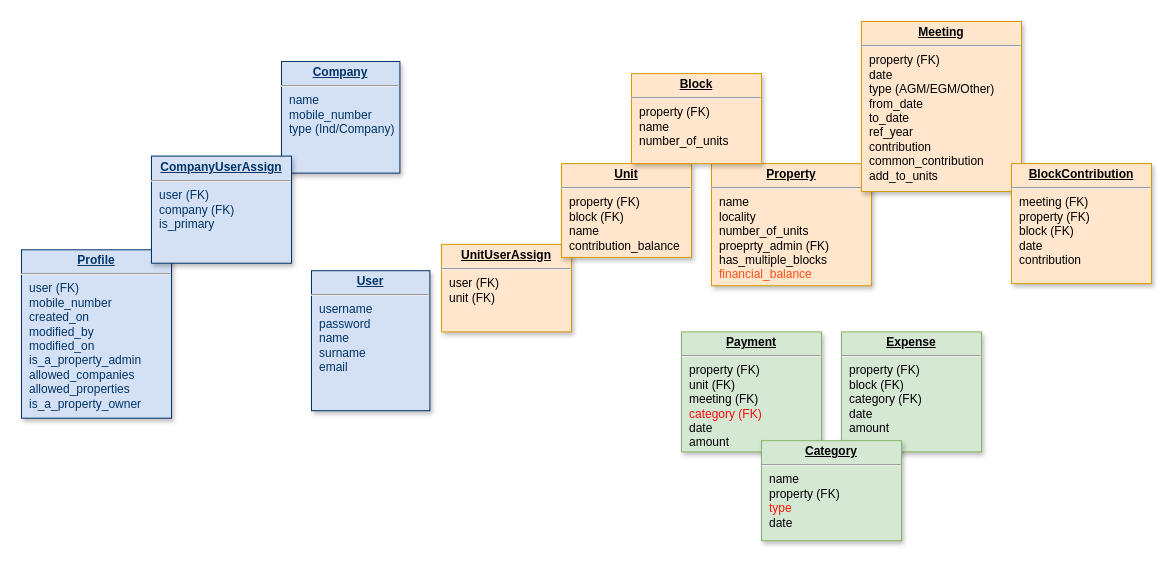
gilubilu/hello-world keeps this draw.io diagram as Untitled Diagram.drawio. Above is the earlier version. Source tidied: cells renumbered, new cells numbered last; positions are measured from the earlier drawing's top-left corner, leaving out a move shared by most shapes. Both pictures are drawn from the tidied source at 100%, with x=0, y=0 at pixel (21, 21).
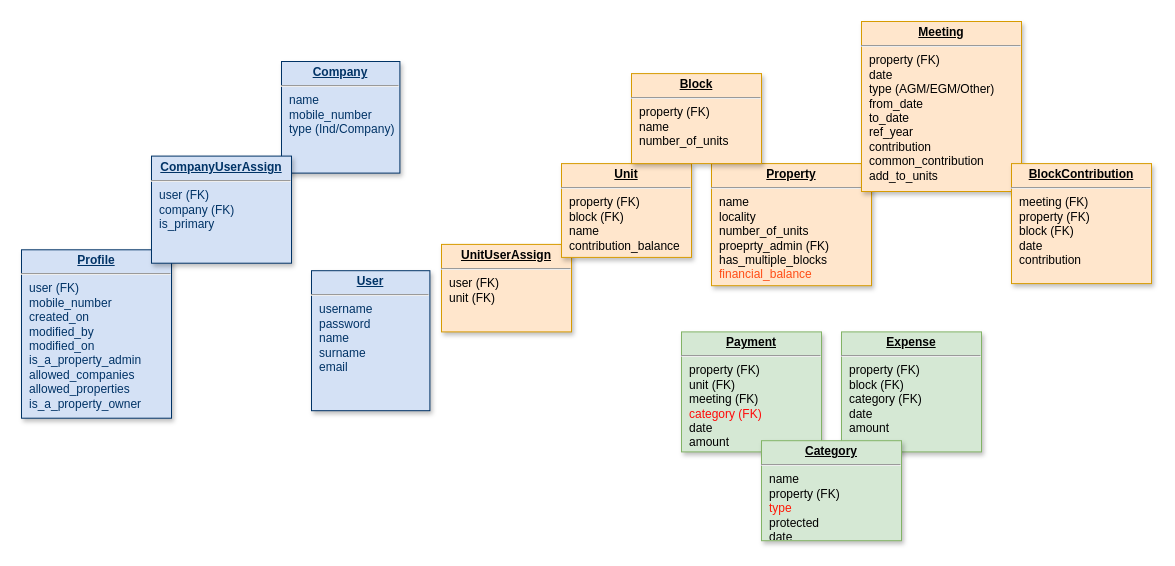
Above is the later version.

The edit, as a diff of the source:
```diff
@@
 <mxGraphModel background="#ffffff">
   <root>
     <mxCell id="0" />
     <mxCell id="1" parent="0" />
     <mxCell id="2" value="&lt;p style=&quot;margin: 0px ; margin-top: 4px ; text-align: center ; text-decoration: underline&quot;&gt;&lt;b&gt;UnitUserAssign&lt;/b&gt;&lt;/p&gt;&lt;hr&gt;&lt;p style=&quot;margin: 0px ; margin-left: 8px&quot;&gt;user (FK)&lt;/p&gt;&lt;p style=&quot;margin: 0px ; margin-left: 8px&quot;&gt;unit (FK)&lt;/p&gt;" style="verticalAlign=top;align=left;overflow=fill;fontSize=12;fontFamily=Helvetica;html=1;strokeColor=#d79b00;shadow=1;fillColor=#ffe6cc;" parent="1" vertex="1">
       <mxGeometry x="420" y="222.9" width="130" height="87.5" as="geometry" />
     </mxCell>
     <mxCell id="3" value="&lt;p style=&quot;margin: 0px ; margin-top: 4px ; text-align: center ; text-decoration: underline&quot;&gt;&lt;strong&gt;Unit&lt;/strong&gt;&lt;/p&gt;&lt;hr&gt;&lt;p style=&quot;margin: 0px ; margin-left: 8px&quot;&gt;property (FK)&lt;/p&gt;&lt;p style=&quot;margin: 0px ; margin-left: 8px&quot;&gt;block (FK)&lt;/p&gt;&lt;p style=&quot;margin: 0px ; margin-left: 8px&quot;&gt;name&lt;/p&gt;&lt;p style=&quot;margin: 0px ; margin-left: 8px&quot;&gt;&lt;span&gt;contribution_balance&lt;/span&gt;&lt;br&gt;&lt;/p&gt;&lt;p style=&quot;margin: 0px ; margin-left: 8px&quot;&gt;&lt;br&gt;&lt;/p&gt;" style="verticalAlign=top;align=left;overflow=fill;fontSize=12;fontFamily=Helvetica;html=1;strokeColor=#d79b00;shadow=1;fillColor=#ffe6cc;" parent="1" vertex="1">
       <mxGeometry x="540" y="142.1" width="130" height="93.8" as="geometry" />
     </mxCell>
     <mxCell id="4" value="&lt;p style=&quot;margin: 0px ; margin-top: 4px ; text-align: center ; text-decoration: underline&quot;&gt;&lt;strong&gt;Property&lt;/strong&gt;&lt;/p&gt;&lt;hr&gt;&lt;p style=&quot;margin: 0px ; margin-left: 8px&quot;&gt;name&lt;/p&gt;&lt;p style=&quot;margin: 0px ; margin-left: 8px&quot;&gt;locality&lt;/p&gt;&lt;p style=&quot;margin: 0px ; margin-left: 8px&quot;&gt;number_of_units&lt;/p&gt;&lt;p style=&quot;margin: 0px ; margin-left: 8px&quot;&gt;proeprty_admin (FK)&lt;/p&gt;&lt;p style=&quot;margin: 0px ; margin-left: 8px&quot;&gt;has_multiple_blocks&lt;/p&gt;&lt;p style=&quot;margin: 0px ; margin-left: 8px&quot;&gt;&lt;font color=&quot;#ff4d17&quot;&gt;financial_balance&lt;/font&gt;&lt;/p&gt;&lt;p style=&quot;margin: 0px ; margin-left: 8px&quot;&gt;&lt;br&gt;&lt;/p&gt;" style="verticalAlign=top;align=left;overflow=fill;fontSize=12;fontFamily=Helvetica;html=1;strokeColor=#d79b00;shadow=1;fillColor=#ffe6cc;" parent="1" vertex="1">
       <mxGeometry x="690" y="142.1" width="160" height="122.1" as="geometry" />
     </mxCell>
     <mxCell id="5" value="&lt;p style=&quot;margin: 0px ; margin-top: 4px ; text-align: center ; text-decoration: underline&quot;&gt;&lt;strong&gt;Profile&lt;/strong&gt;&lt;/p&gt;&lt;hr&gt;&lt;p style=&quot;margin: 0px ; margin-left: 8px&quot;&gt;user (FK)&lt;/p&gt;&lt;p style=&quot;margin: 0px ; margin-left: 8px&quot;&gt;mobile_number&lt;/p&gt;&lt;p style=&quot;margin: 0px ; margin-left: 8px&quot;&gt;created_on&lt;/p&gt;&lt;p style=&quot;margin: 0px ; margin-left: 8px&quot;&gt;modified_by&lt;/p&gt;&lt;p style=&quot;margin: 0px ; margin-left: 8px&quot;&gt;modified_on&lt;/p&gt;&lt;p style=&quot;margin: 0px ; margin-left: 8px&quot;&gt;is_a_property_admin&lt;/p&gt;&lt;p style=&quot;margin: 0px ; margin-left: 8px&quot;&gt;allowed_companies&lt;/p&gt;&lt;p style=&quot;margin: 0px ; margin-left: 8px&quot;&gt;allowed_properties&lt;/p&gt;&lt;p style=&quot;margin: 0px ; margin-left: 8px&quot;&gt;is_a_property_owner&lt;/p&gt;" style="verticalAlign=top;align=left;overflow=fill;fontSize=12;fontFamily=Helvetica;html=1;strokeColor=#003366;shadow=1;fillColor=#D4E1F5;fontColor=#003366;direction=west;" parent="1" vertex="1">
       <mxGeometry y="228.3" width="150" height="168.4" as="geometry" />
     </mxCell>
     <mxCell id="6" value="&lt;p style=&quot;margin: 0px ; margin-top: 4px ; text-align: center ; text-decoration: underline&quot;&gt;&lt;b&gt;User&lt;/b&gt;&lt;/p&gt;&lt;hr&gt;&lt;p style=&quot;margin: 0px ; margin-left: 8px&quot;&gt;username&lt;/p&gt;&lt;p style=&quot;margin: 0px ; margin-left: 8px&quot;&gt;password&lt;/p&gt;&lt;p style=&quot;margin: 0px ; margin-left: 8px&quot;&gt;name&lt;/p&gt;&lt;p style=&quot;margin: 0px ; margin-left: 8px&quot;&gt;surname&lt;/p&gt;&lt;p style=&quot;margin: 0px ; margin-left: 8px&quot;&gt;email&lt;/p&gt;" style="verticalAlign=top;align=left;overflow=fill;fontSize=12;fontFamily=Helvetica;html=1;strokeColor=#003366;shadow=1;fillColor=#D4E1F5;fontColor=#003366;direction=south;" parent="1" vertex="1">
       <mxGeometry x="290" y="249.2" width="118.4" height="140" as="geometry" />
     </mxCell>
     <mxCell id="7" value="&lt;p style=&quot;margin: 0px ; margin-top: 4px ; text-align: center ; text-decoration: underline&quot;&gt;&lt;b&gt;Company&lt;/b&gt;&lt;/p&gt;&lt;hr&gt;&lt;p style=&quot;margin: 0px ; margin-left: 8px&quot;&gt;name&lt;/p&gt;&lt;p style=&quot;margin: 0px ; margin-left: 8px&quot;&gt;mobile_number&lt;/p&gt;&lt;p style=&quot;margin: 0px ; margin-left: 8px&quot;&gt;type (Ind/Company)&lt;/p&gt;" style="verticalAlign=top;align=left;overflow=fill;fontSize=12;fontFamily=Helvetica;html=1;strokeColor=#003366;shadow=1;fillColor=#D4E1F5;fontColor=#003366;direction=south;" parent="1" vertex="1">
       <mxGeometry x="260" y="40" width="118.4" height="111.6" as="geometry" />
     </mxCell>
     <mxCell id="8" value="&lt;p style=&quot;margin: 0px ; margin-top: 4px ; text-align: center ; text-decoration: underline&quot;&gt;&lt;b&gt;CompanyUserAssign&lt;/b&gt;&lt;/p&gt;&lt;hr&gt;&lt;p style=&quot;margin: 0px ; margin-left: 8px&quot;&gt;user (FK)&lt;/p&gt;&lt;p style=&quot;margin: 0px ; margin-left: 8px&quot;&gt;company (FK)&lt;/p&gt;&lt;p style=&quot;margin: 0px ; margin-left: 8px&quot;&gt;is_primary&lt;/p&gt;" style="verticalAlign=top;align=left;overflow=fill;fontSize=12;fontFamily=Helvetica;html=1;strokeColor=#003366;shadow=1;fillColor=#D4E1F5;fontColor=#003366;direction=east;" parent="1" vertex="1">
       <mxGeometry x="130" y="134.6" width="140" height="107.1" as="geometry" />
     </mxCell>
     <mxCell id="9" value="&lt;p style=&quot;margin: 0px ; margin-top: 4px ; text-align: center ; text-decoration: underline&quot;&gt;&lt;strong&gt;Meeting&lt;/strong&gt;&lt;/p&gt;&lt;hr&gt;&lt;p style=&quot;margin: 0px ; margin-left: 8px&quot;&gt;property (FK)&lt;/p&gt;&lt;p style=&quot;margin: 0px ; margin-left: 8px&quot;&gt;date&lt;/p&gt;&lt;p style=&quot;margin: 0px ; margin-left: 8px&quot;&gt;type (AGM/EGM/Other)&lt;/p&gt;&lt;p style=&quot;margin: 0px ; margin-left: 8px&quot;&gt;from_date&lt;/p&gt;&lt;p style=&quot;margin: 0px ; margin-left: 8px&quot;&gt;to_date&lt;/p&gt;&lt;p style=&quot;margin: 0px ; margin-left: 8px&quot;&gt;ref_year&lt;/p&gt;&lt;p style=&quot;margin: 0px ; margin-left: 8px&quot;&gt;contribution&lt;/p&gt;&lt;p style=&quot;margin: 0px ; margin-left: 8px&quot;&gt;common_contribution&lt;/p&gt;&lt;p style=&quot;margin: 0px ; margin-left: 8px&quot;&gt;add_to_units&lt;/p&gt;" style="verticalAlign=top;align=left;overflow=fill;fontSize=12;fontFamily=Helvetica;html=1;strokeColor=#d79b00;shadow=1;fillColor=#ffe6cc;direction=west;" parent="1" vertex="1">
       <mxGeometry x="840" width="160" height="170" as="geometry" />
     </mxCell>
     <mxCell id="10" value="&lt;p style=&quot;margin: 0px ; margin-top: 4px ; text-align: center ; text-decoration: underline&quot;&gt;&lt;strong&gt;BlockContribution&lt;/strong&gt;&lt;/p&gt;&lt;hr&gt;&lt;p style=&quot;margin: 0px ; margin-left: 8px&quot;&gt;meeting (FK)&lt;/p&gt;&lt;p style=&quot;margin: 0px ; margin-left: 8px&quot;&gt;property (FK)&lt;/p&gt;&lt;p style=&quot;margin: 0px ; margin-left: 8px&quot;&gt;block (FK)&lt;/p&gt;&lt;p style=&quot;margin: 0px ; margin-left: 8px&quot;&gt;date&lt;/p&gt;&lt;p style=&quot;margin: 0px ; margin-left: 8px&quot;&gt;contribution&lt;br&gt;&lt;/p&gt;" style="verticalAlign=top;align=left;overflow=fill;fontSize=12;fontFamily=Helvetica;html=1;strokeColor=#d79b00;shadow=1;fillColor=#ffe6cc;direction=west;" parent="1" vertex="1">
       <mxGeometry x="990" y="142.1" width="140" height="120" as="geometry" />
     </mxCell>
     <mxCell id="11" value="&lt;p style=&quot;margin: 0px ; margin-top: 4px ; text-align: center ; text-decoration: underline&quot;&gt;&lt;strong&gt;Block&lt;/strong&gt;&lt;/p&gt;&lt;hr&gt;&lt;p style=&quot;margin: 0px ; margin-left: 8px&quot;&gt;property (FK)&lt;/p&gt;&lt;p style=&quot;margin: 0px ; margin-left: 8px&quot;&gt;name&lt;/p&gt;&lt;p style=&quot;margin: 0px ; margin-left: 8px&quot;&gt;number_of_units&lt;/p&gt;&lt;p style=&quot;margin: 0px ; margin-left: 8px&quot;&gt;&lt;br&gt;&lt;/p&gt;" style="verticalAlign=top;align=left;overflow=fill;fontSize=12;fontFamily=Helvetica;html=1;strokeColor=#d79b00;shadow=1;fillColor=#ffe6cc;direction=west;" parent="1" vertex="1">
       <mxGeometry x="610" y="52.1" width="130" height="90" as="geometry" />
     </mxCell>
     <mxCell id="12" value="&lt;p style=&quot;margin: 0px ; margin-top: 4px ; text-align: center ; text-decoration: underline&quot;&gt;&lt;strong&gt;Payment&lt;/strong&gt;&lt;/p&gt;&lt;hr&gt;&lt;p style=&quot;margin: 0px ; margin-left: 8px&quot;&gt;&lt;span&gt;property (FK)&lt;/span&gt;&lt;br&gt;&lt;/p&gt;&lt;p style=&quot;margin: 0px ; margin-left: 8px&quot;&gt;&lt;span&gt;unit (FK)&lt;/span&gt;&lt;/p&gt;&lt;p style=&quot;margin: 0px ; margin-left: 8px&quot;&gt;meeting (FK)&lt;/p&gt;&lt;p style=&quot;margin: 0px ; margin-left: 8px&quot;&gt;&lt;font color=&quot;#ff0a0a&quot;&gt;category (FK)&lt;/font&gt;&lt;/p&gt;&lt;p style=&quot;margin: 0px ; margin-left: 8px&quot;&gt;date&lt;span&gt;&lt;br&gt;&lt;/span&gt;&lt;/p&gt;&lt;p style=&quot;margin: 0px ; margin-left: 8px&quot;&gt;&lt;span&gt;amount&lt;/span&gt;&lt;/p&gt;" style="verticalAlign=top;align=left;overflow=fill;fontSize=12;fontFamily=Helvetica;html=1;strokeColor=#82b366;shadow=1;fillColor=#d5e8d4;direction=west;" parent="1" vertex="1">
       <mxGeometry x="660" y="310.4" width="140" height="120" as="geometry" />
     </mxCell>
     <mxCell id="13" value="&lt;p style=&quot;margin: 0px ; margin-top: 4px ; text-align: center ; text-decoration: underline&quot;&gt;&lt;strong&gt;Expense&lt;/strong&gt;&lt;/p&gt;&lt;hr&gt;&lt;p style=&quot;margin: 0px ; margin-left: 8px&quot;&gt;&lt;span&gt;property (FK)&lt;/span&gt;&lt;/p&gt;&lt;p style=&quot;margin: 0px ; margin-left: 8px&quot;&gt;&lt;span&gt;block (FK)&lt;/span&gt;&lt;/p&gt;&lt;p style=&quot;margin: 0px ; margin-left: 8px&quot;&gt;category (FK)&lt;/p&gt;&lt;p style=&quot;margin: 0px ; margin-left: 8px&quot;&gt;date&lt;/p&gt;&lt;p style=&quot;margin: 0px ; margin-left: 8px&quot;&gt;&lt;span&gt;amount&lt;/span&gt;&lt;br&gt;&lt;/p&gt;&lt;p style=&quot;margin: 0px ; margin-left: 8px&quot;&gt;&lt;br&gt;&lt;/p&gt;" style="verticalAlign=top;align=left;overflow=fill;fontSize=12;fontFamily=Helvetica;html=1;strokeColor=#82b366;shadow=1;fillColor=#d5e8d4;direction=west;" parent="1" vertex="1">
       <mxGeometry x="820" y="310.4" width="140" height="120" as="geometry" />
     </mxCell>
-    <mxCell id="14" value="&lt;p style=&quot;margin: 0px ; margin-top: 4px ; text-align: center ; text-decoration: underline&quot;&gt;&lt;strong&gt;Category&lt;/strong&gt;&lt;/p&gt;&lt;hr&gt;&lt;p style=&quot;margin: 0px ; margin-left: 8px&quot;&gt;name&lt;br&gt;&lt;/p&gt;&lt;p style=&quot;margin: 0px ; margin-left: 8px&quot;&gt;property (FK)&lt;/p&gt;&lt;p style=&quot;margin: 0px ; margin-left: 8px&quot;&gt;&lt;font color=&quot;#ff1808&quot;&gt;type&lt;/font&gt;&lt;/p&gt;&lt;p style=&quot;margin: 0px ; margin-left: 8px&quot;&gt;date&lt;/p&gt;" style="verticalAlign=top;align=left;overflow=fill;fontSize=12;fontFamily=Helvetica;html=1;strokeColor=#82b366;shadow=1;fillColor=#d5e8d4;direction=west;" parent="1" vertex="1">
+    <mxCell id="14" value="&lt;p style=&quot;margin: 0px ; margin-top: 4px ; text-align: center ; text-decoration: underline&quot;&gt;&lt;strong&gt;Category&lt;/strong&gt;&lt;/p&gt;&lt;hr&gt;&lt;p style=&quot;margin: 0px ; margin-left: 8px&quot;&gt;name&lt;br&gt;&lt;/p&gt;&lt;p style=&quot;margin: 0px ; margin-left: 8px&quot;&gt;property (FK)&lt;/p&gt;&lt;p style=&quot;margin: 0px ; margin-left: 8px&quot;&gt;&lt;font color=&quot;#ff1808&quot;&gt;type&lt;/font&gt;&lt;/p&gt;&lt;p style=&quot;margin: 0px ; margin-left: 8px&quot;&gt;protected&lt;/p&gt;&lt;p style=&quot;margin: 0px ; margin-left: 8px&quot;&gt;date&lt;/p&gt;" style="verticalAlign=top;align=left;overflow=fill;fontSize=12;fontFamily=Helvetica;html=1;strokeColor=#82b366;shadow=1;fillColor=#d5e8d4;direction=west;" parent="1" vertex="1">
       <mxGeometry x="740" y="419.2" width="140" height="100" as="geometry" />
     </mxCell>
   </root>
 </mxGraphModel>
```
